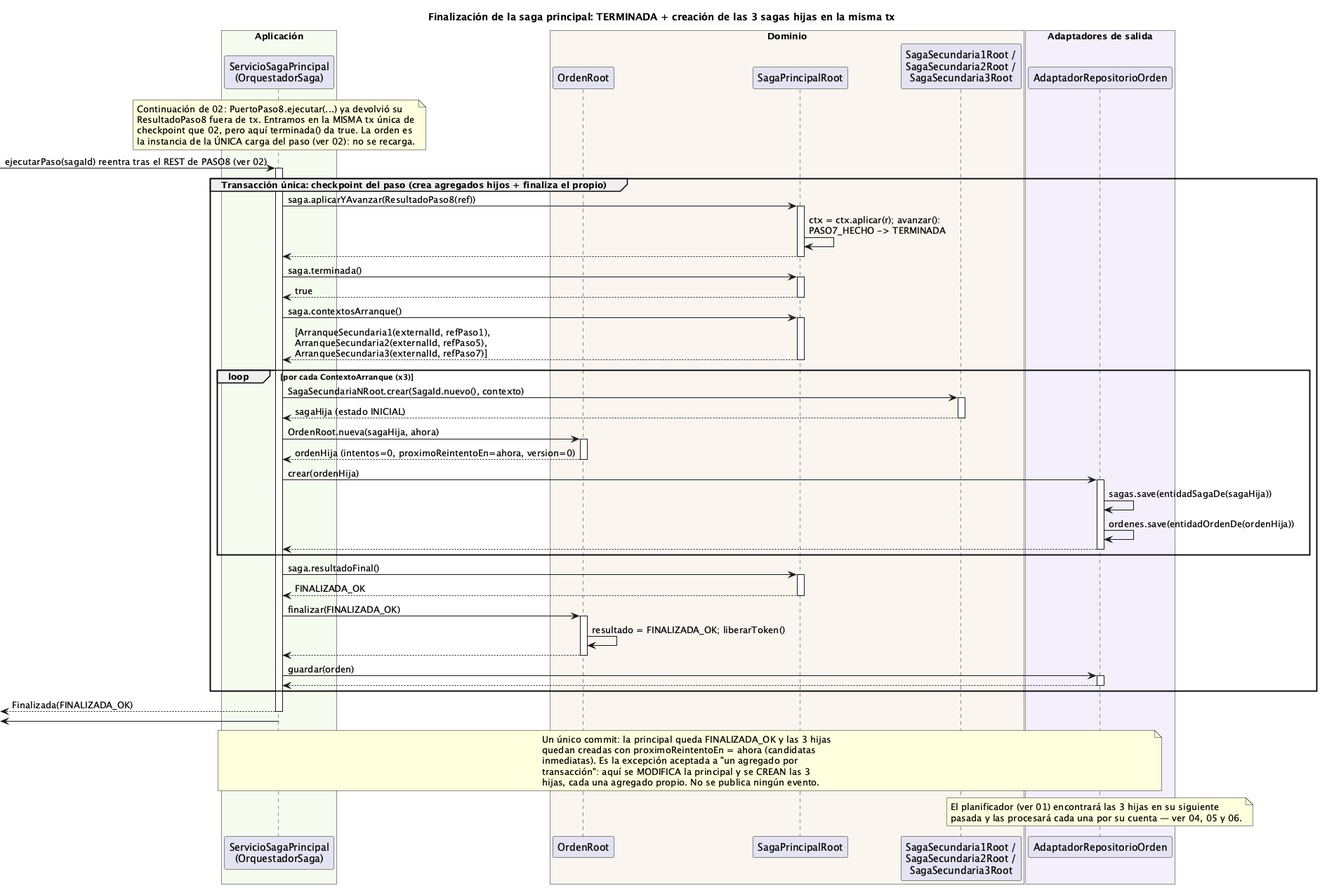
The PlantUML diagram order-manager/docs/03-finalizacion-saga-principal.png in ralcazar/patrones, before a commit.
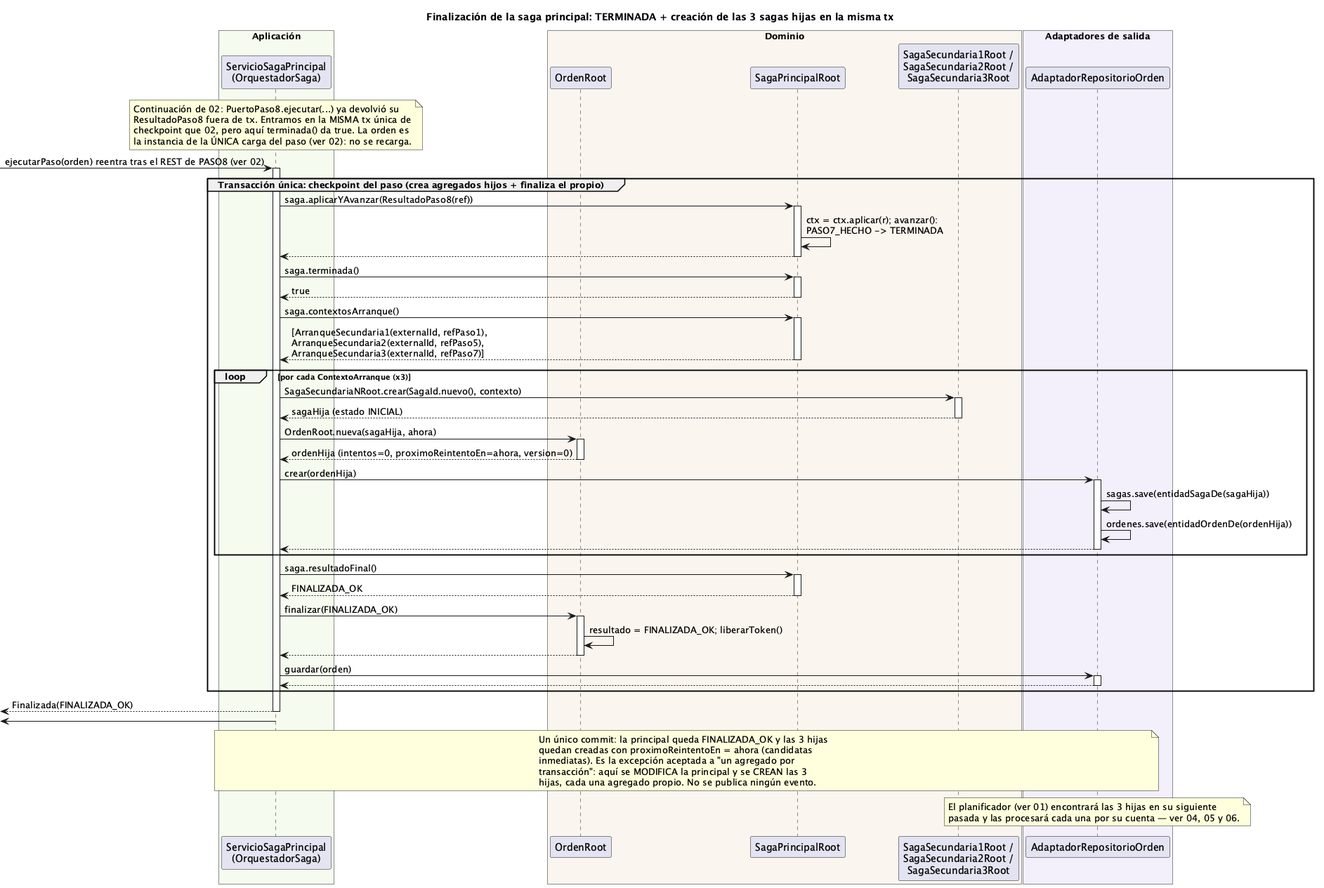
After the commit.

Diff of the diagram source:
```diff
@@ -20,7 +20,7 @@
   la instancia de la ÚNICA carga del paso (ver 02): no se recarga.
 end note
 
-[-> ORQ : ejecutarPaso(sagaId) reentra tras el REST de PASO8 (ver 02)
+[-> ORQ : ejecutarPaso(orden) reentra tras el REST de PASO8 (ver 02)
 activate ORQ
 
 group Transacción única: checkpoint del paso (crea agregados hijos + finaliza el propio)
```
